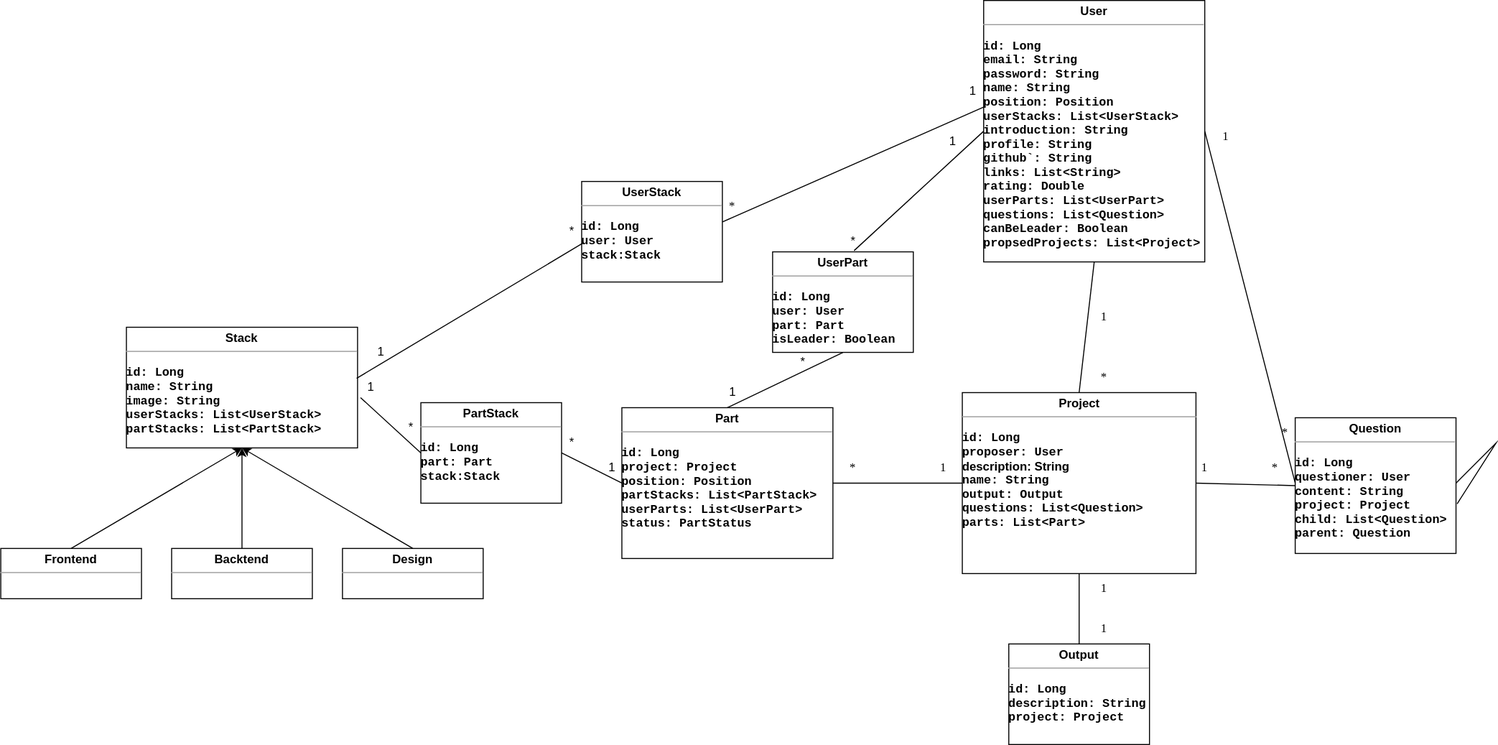
The draw.io diagram entity_diagram.drawio.svg in zelo0/cruit, before a commit. Source tidied: cells renumbered, new cells last; positions are measured from the earlier drawing's top-left corner, leaving out a move shared by most shapes.
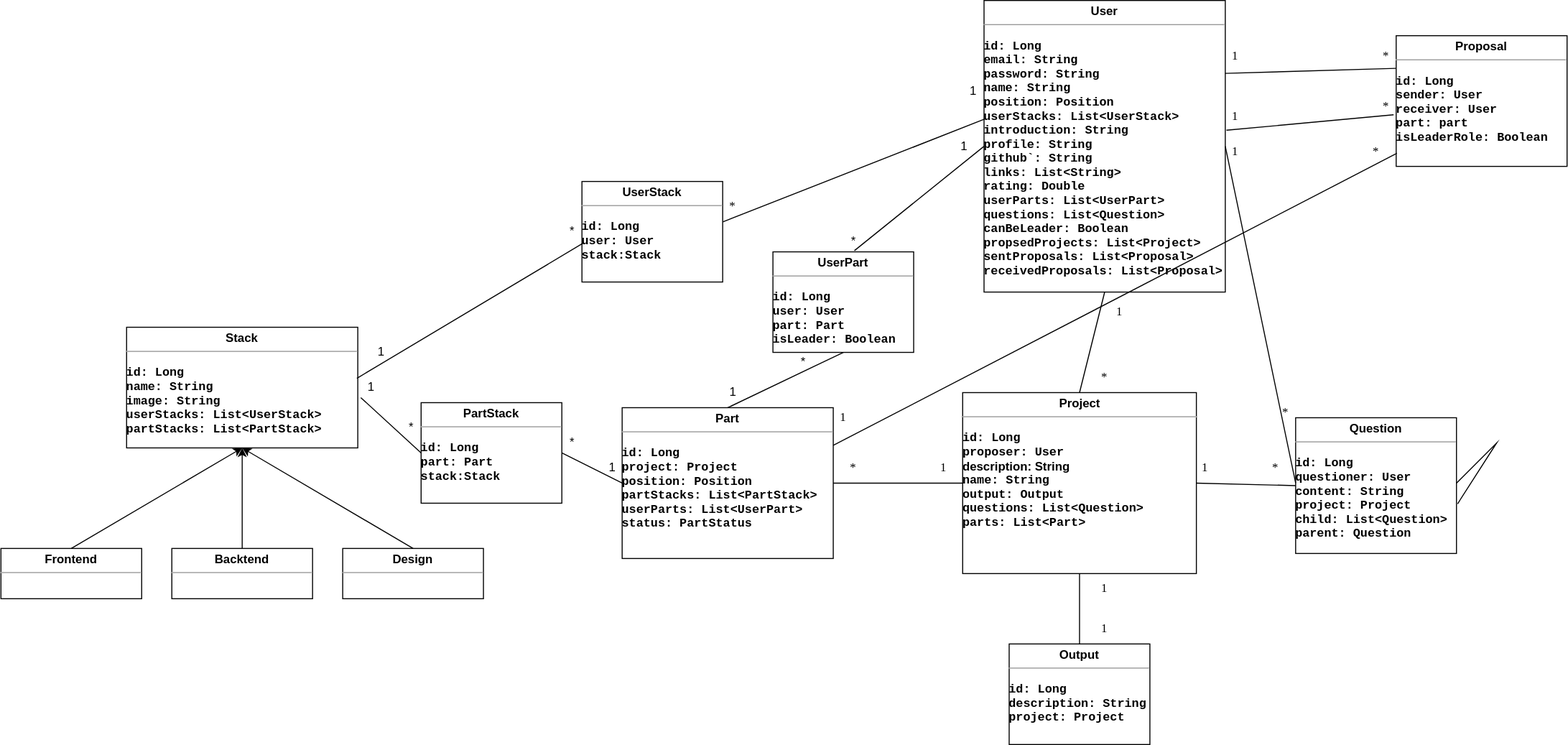
The same file after the commit.

Commit message:
Proposal 도메인 추가

The edit, as a diff of the source:
```diff
@@ -2,8 +2,8 @@
   <root>
     <mxCell id="0" />
     <mxCell id="1" parent="0" />
-    <mxCell id="2" value="&lt;p style=&quot;margin: 0px ; margin-top: 4px ; text-align: center&quot;&gt;&lt;span&gt;User&lt;/span&gt;&lt;/p&gt;&lt;hr size=&quot;1&quot;&gt;&lt;p&gt;&lt;/p&gt;&lt;pre style=&quot;height: 2px ; line-height: 1.5&quot;&gt;&lt;span&gt;id: Long&lt;/span&gt;&lt;/pre&gt;&lt;pre style=&quot;height: 2px ; line-height: 1.5&quot;&gt;&lt;span&gt;email: String&lt;/span&gt;&lt;/pre&gt;&lt;pre style=&quot;height: 2px ; line-height: 1.5&quot;&gt;&lt;span&gt;password: String&lt;/span&gt;&lt;/pre&gt;&lt;pre style=&quot;height: 2px ; line-height: 1.5&quot;&gt;&lt;span&gt;name: String&lt;/span&gt;&lt;/pre&gt;&lt;pre style=&quot;height: 2px ; line-height: 1.5&quot;&gt;&lt;span&gt;position: Position&lt;/span&gt;&lt;/pre&gt;&lt;pre style=&quot;height: 2px ; line-height: 1.5&quot;&gt;&lt;span&gt;userStacks: List&amp;lt;UserStack&amp;gt;&lt;/span&gt;&lt;/pre&gt;&lt;pre style=&quot;height: 2px ; line-height: 1.5&quot;&gt;&lt;span&gt;introduction: String&lt;/span&gt;&lt;/pre&gt;&lt;pre style=&quot;height: 2px ; line-height: 1.5&quot;&gt;&lt;span&gt;profile: String&lt;/span&gt;&lt;/pre&gt;&lt;pre style=&quot;height: 2px ; line-height: 1.5&quot;&gt;&lt;span&gt;github`: String&lt;/span&gt;&lt;/pre&gt;&lt;pre style=&quot;height: 2px ; line-height: 1.5&quot;&gt;&lt;span&gt;links: List&amp;lt;String&amp;gt;&lt;/span&gt;&lt;/pre&gt;&lt;pre style=&quot;height: 2px ; line-height: 1.5&quot;&gt;&lt;span&gt;rating: Double&lt;/span&gt;&lt;/pre&gt;&lt;pre style=&quot;height: 2px ; line-height: 1.5&quot;&gt;&lt;span&gt;userParts: List&amp;lt;UserPart&amp;gt;&lt;/span&gt;&lt;/pre&gt;&lt;pre style=&quot;height: 2px ; line-height: 1.5&quot;&gt;&lt;span&gt;questions: List&amp;lt;Question&amp;gt;&lt;/span&gt;&lt;/pre&gt;&lt;pre style=&quot;height: 2px ; line-height: 1.5&quot;&gt;&lt;span&gt;canBeLeader: Boolean&lt;/span&gt;&lt;/pre&gt;&lt;pre style=&quot;height: 2px ; line-height: 1.5&quot;&gt;propsedProjects: List&amp;lt;Project&amp;gt;&lt;/pre&gt;&lt;pre style=&quot;height: 2px ; line-height: 1.5&quot;&gt;&lt;span&gt;&lt;br&gt;&lt;/span&gt;&lt;/pre&gt;&lt;p&gt;&lt;/p&gt;" style="verticalAlign=top;align=left;overflow=fill;fontSize=12;fontFamily=Helvetica;html=1;horizontal=1;rounded=0;sketch=0;spacingLeft=0;labelBackgroundColor=none;labelBorderColor=none;fontStyle=1;spacingBottom=0;spacingRight=0;spacing=2;" parent="1" vertex="1">
-      <mxGeometry x="978" width="220" height="260" as="geometry" />
+    <mxCell id="2" value="&lt;p style=&quot;margin: 0px ; margin-top: 4px ; text-align: center&quot;&gt;&lt;span&gt;User&lt;/span&gt;&lt;/p&gt;&lt;hr size=&quot;1&quot;&gt;&lt;p&gt;&lt;/p&gt;&lt;pre style=&quot;height: 2px ; line-height: 1.5&quot;&gt;&lt;span&gt;id: Long&lt;/span&gt;&lt;/pre&gt;&lt;pre style=&quot;height: 2px ; line-height: 1.5&quot;&gt;&lt;span&gt;email: String&lt;/span&gt;&lt;/pre&gt;&lt;pre style=&quot;height: 2px ; line-height: 1.5&quot;&gt;&lt;span&gt;password: String&lt;/span&gt;&lt;/pre&gt;&lt;pre style=&quot;height: 2px ; line-height: 1.5&quot;&gt;&lt;span&gt;name: String&lt;/span&gt;&lt;/pre&gt;&lt;pre style=&quot;height: 2px ; line-height: 1.5&quot;&gt;&lt;span&gt;position: Position&lt;/span&gt;&lt;/pre&gt;&lt;pre style=&quot;height: 2px ; line-height: 1.5&quot;&gt;&lt;span&gt;userStacks: List&amp;lt;UserStack&amp;gt;&lt;/span&gt;&lt;/pre&gt;&lt;pre style=&quot;height: 2px ; line-height: 1.5&quot;&gt;&lt;span&gt;introduction: String&lt;/span&gt;&lt;/pre&gt;&lt;pre style=&quot;height: 2px ; line-height: 1.5&quot;&gt;&lt;span&gt;profile: String&lt;/span&gt;&lt;/pre&gt;&lt;pre style=&quot;height: 2px ; line-height: 1.5&quot;&gt;&lt;span&gt;github`: String&lt;/span&gt;&lt;/pre&gt;&lt;pre style=&quot;height: 2px ; line-height: 1.5&quot;&gt;&lt;span&gt;links: List&amp;lt;String&amp;gt;&lt;/span&gt;&lt;/pre&gt;&lt;pre style=&quot;height: 2px ; line-height: 1.5&quot;&gt;&lt;span&gt;rating: Double&lt;/span&gt;&lt;/pre&gt;&lt;pre style=&quot;height: 2px ; line-height: 1.5&quot;&gt;&lt;span&gt;userParts: List&amp;lt;UserPart&amp;gt;&lt;/span&gt;&lt;/pre&gt;&lt;pre style=&quot;height: 2px ; line-height: 1.5&quot;&gt;&lt;span&gt;questions: List&amp;lt;Question&amp;gt;&lt;/span&gt;&lt;/pre&gt;&lt;pre style=&quot;height: 2px ; line-height: 1.5&quot;&gt;&lt;span&gt;canBeLeader: Boolean&lt;/span&gt;&lt;/pre&gt;&lt;pre style=&quot;height: 2px ; line-height: 1.5&quot;&gt;propsedProjects: List&amp;lt;Project&amp;gt;&lt;/pre&gt;&lt;pre style=&quot;height: 2px ; line-height: 1.5&quot;&gt;&lt;span&gt;sentProposals: List&amp;lt;Proposal&amp;gt;&lt;/span&gt;&lt;/pre&gt;&lt;pre style=&quot;height: 2px ; line-height: 1.5&quot;&gt;&lt;span&gt;receivedProposals: List&amp;lt;Proposal&amp;gt;&lt;/span&gt;&lt;/pre&gt;&lt;p&gt;&lt;/p&gt;" style="verticalAlign=top;align=left;overflow=fill;fontSize=12;fontFamily=Helvetica;html=1;horizontal=1;rounded=0;sketch=0;spacingLeft=0;labelBackgroundColor=none;labelBorderColor=none;fontStyle=1;spacingBottom=0;spacingRight=0;spacing=2;" parent="1" vertex="1">
+      <mxGeometry x="978" width="240" height="290" as="geometry" />
     </mxCell>
     <mxCell id="3" value="&lt;p style=&quot;margin: 0px ; margin-top: 4px ; text-align: center&quot;&gt;&lt;b&gt;Project&lt;/b&gt;&lt;/p&gt;&lt;hr size=&quot;1&quot;&gt;&lt;p&gt;&lt;/p&gt;&lt;pre style=&quot;height: 2px ; line-height: 1.5&quot;&gt;&lt;b&gt;id: Long&lt;/b&gt;&lt;/pre&gt;&lt;pre style=&quot;height: 2px ; line-height: 1.5&quot;&gt;&lt;b&gt;proposer: User&lt;/b&gt;&lt;/pre&gt;&lt;pre style=&quot;height: 2px ; line-height: 1.5&quot;&gt;&lt;b style=&quot;font-family: &amp;#34;helvetica&amp;#34; ; white-space: nowrap&quot;&gt;description: String&lt;/b&gt;&lt;br&gt;&lt;/pre&gt;&lt;pre style=&quot;height: 2px ; line-height: 1.5&quot;&gt;&lt;b&gt;name: String&lt;/b&gt;&lt;/pre&gt;&lt;pre style=&quot;height: 2px ; line-height: 1.5&quot;&gt;&lt;b&gt;output: Output&lt;/b&gt;&lt;/pre&gt;&lt;pre style=&quot;height: 2px ; line-height: 1.5&quot;&gt;&lt;b&gt;questions: List&amp;lt;Question&amp;gt;&lt;/b&gt;&lt;/pre&gt;&lt;pre style=&quot;height: 2px ; line-height: 1.5&quot;&gt;&lt;b&gt;parts: List&amp;lt;Part&amp;gt;&lt;/b&gt;&lt;/pre&gt;&lt;p&gt;&lt;/p&gt;" style="verticalAlign=top;align=left;overflow=fill;fontSize=12;fontFamily=Helvetica;html=1;" parent="1" vertex="1">
       <mxGeometry x="956.8" y="390" width="232.5" height="180" as="geometry" />
@@ -12,7 +12,7 @@
       <mxGeometry relative="1" as="geometry" />
     </mxCell>
     <mxCell id="5" value="1" style="text;html=1;strokeColor=none;fillColor=none;align=center;verticalAlign=middle;whiteSpace=wrap;rounded=0;labelBackgroundColor=none;labelBorderColor=none;sketch=0;fontFamily=Verdana;fontSize=12;" parent="1" vertex="1">
-      <mxGeometry x="1068" y="300" width="60" height="30" as="geometry" />
+      <mxGeometry x="1083" y="295" width="60" height="30" as="geometry" />
     </mxCell>
     <mxCell id="6" value="*" style="text;html=1;strokeColor=none;fillColor=none;align=center;verticalAlign=middle;whiteSpace=wrap;rounded=0;labelBackgroundColor=none;labelBorderColor=none;sketch=0;fontFamily=Verdana;fontSize=12;" parent="1" vertex="1">
       <mxGeometry x="1068" y="360" width="60" height="30" as="geometry" />
@@ -29,10 +29,10 @@
       </mxGeometry>
     </mxCell>
     <mxCell id="10" value="1" style="text;html=1;strokeColor=none;fillColor=none;align=center;verticalAlign=middle;whiteSpace=wrap;rounded=0;labelBackgroundColor=none;labelBorderColor=none;sketch=0;fontFamily=Verdana;fontSize=12;" parent="1" vertex="1">
-      <mxGeometry x="1189.2" y="120" width="60" height="30" as="geometry" />
+      <mxGeometry x="1198" y="135" width="60" height="30" as="geometry" />
     </mxCell>
     <mxCell id="11" value="*" style="text;html=1;strokeColor=none;fillColor=none;align=center;verticalAlign=middle;whiteSpace=wrap;rounded=0;labelBackgroundColor=none;labelBorderColor=none;sketch=0;fontFamily=Verdana;fontSize=12;" parent="1" vertex="1">
-      <mxGeometry x="1248" y="415" width="60" height="30" as="geometry" />
+      <mxGeometry x="1248" y="395" width="60" height="30" as="geometry" />
     </mxCell>
     <mxCell id="12" value="*" style="text;html=1;strokeColor=none;fillColor=none;align=center;verticalAlign=middle;whiteSpace=wrap;rounded=0;labelBackgroundColor=none;labelBorderColor=none;sketch=0;fontFamily=Verdana;fontSize=12;" parent="1" vertex="1">
       <mxGeometry x="1238" y="450" width="60" height="30" as="geometry" />
@@ -115,7 +115,7 @@
       <mxGeometry x="838" y="230" width="20" height="20" as="geometry" />
     </mxCell>
     <mxCell id="37" value="1" style="text;html=1;align=center;verticalAlign=middle;strokeColor=none;fillColor=none;" parent="1" vertex="1">
-      <mxGeometry x="936.8" y="130" width="20" height="20" as="geometry" />
+      <mxGeometry x="948" y="135" width="20" height="20" as="geometry" />
     </mxCell>
     <mxCell id="38" value="&lt;p style=&quot;margin: 0px ; margin-top: 4px ; text-align: center&quot;&gt;&lt;b&gt;UserStack&lt;/b&gt;&lt;/p&gt;&lt;hr size=&quot;1&quot;&gt;&lt;p&gt;&lt;/p&gt;&lt;pre style=&quot;height: 2px ; line-height: 1.5&quot;&gt;&lt;b&gt;id: Long&lt;/b&gt;&lt;/pre&gt;&lt;pre style=&quot;height: 2px ; line-height: 1.5&quot;&gt;&lt;b&gt;user: User&lt;/b&gt;&lt;/pre&gt;&lt;pre style=&quot;height: 2px ; line-height: 1.5&quot;&gt;&lt;b&gt;stack:Stack&lt;/b&gt;&lt;/pre&gt;&lt;pre style=&quot;height: 2px ; line-height: 1.5&quot;&gt;&lt;b&gt;&lt;br&gt;&lt;/b&gt;&lt;/pre&gt;&lt;p&gt;&lt;/p&gt;" style="verticalAlign=top;align=left;overflow=fill;fontSize=12;fontFamily=Helvetica;html=1;" parent="1" vertex="1">
       <mxGeometry x="578" y="180" width="140" height="100" as="geometry" />
@@ -159,5 +159,35 @@
     <mxCell id="51" value="&lt;pre style=&quot;background-color: #2b2b2b ; color: #a9b7c6 ; font-size: 9.8pt&quot;&gt;&lt;br&gt;&lt;/pre&gt;" style="text;whiteSpace=wrap;html=1;" parent="1" vertex="1">
       <mxGeometry x="958" y="300" width="30" height="60" as="geometry" />
     </mxCell>
+    <mxCell id="52" value="&lt;p style=&quot;margin: 0px ; margin-top: 4px ; text-align: center&quot;&gt;&lt;b&gt;Proposal&lt;/b&gt;&lt;/p&gt;&lt;hr size=&quot;1&quot;&gt;&lt;p&gt;&lt;/p&gt;&lt;pre style=&quot;height: 2px ; line-height: 1.5&quot;&gt;&lt;b&gt;id: Long&lt;/b&gt;&lt;/pre&gt;&lt;pre style=&quot;height: 2px ; line-height: 1.5&quot;&gt;&lt;b&gt;sender: User&lt;/b&gt;&lt;/pre&gt;&lt;pre style=&quot;height: 2px ; line-height: 1.5&quot;&gt;&lt;b&gt;receiver: User&lt;/b&gt;&lt;/pre&gt;&lt;pre style=&quot;height: 2px ; line-height: 1.5&quot;&gt;&lt;b&gt;part: part&lt;/b&gt;&lt;/pre&gt;&lt;pre style=&quot;height: 2px ; line-height: 1.5&quot;&gt;&lt;b&gt;isLeaderRole: Boolean &lt;/b&gt;&lt;/pre&gt;&lt;p&gt;&lt;/p&gt;" style="verticalAlign=top;align=left;overflow=fill;fontSize=12;fontFamily=Helvetica;html=1;" parent="1" vertex="1">
+      <mxGeometry x="1388" y="35" width="170" height="130" as="geometry" />
+    </mxCell>
+    <mxCell id="53" style="endArrow=none;html=1;rounded=0;entryX=-0.015;entryY=0.605;entryDx=0;entryDy=0;entryPerimeter=0;exitX=1.005;exitY=0.445;exitDx=0;exitDy=0;exitPerimeter=0;" parent="1" edge="1" source="2" target="52">
+      <mxGeometry relative="1" as="geometry" />
+    </mxCell>
+    <mxCell id="54" value="1" style="text;html=1;strokeColor=none;fillColor=none;align=center;verticalAlign=middle;whiteSpace=wrap;rounded=0;labelBackgroundColor=none;labelBorderColor=none;sketch=0;fontFamily=Verdana;fontSize=12;" parent="1" vertex="1">
+      <mxGeometry x="1198" y="100" width="60" height="30" as="geometry" />
+    </mxCell>
+    <mxCell id="55" value="*" style="text;html=1;strokeColor=none;fillColor=none;align=center;verticalAlign=middle;whiteSpace=wrap;rounded=0;labelBackgroundColor=none;labelBorderColor=none;sketch=0;fontFamily=Verdana;fontSize=12;" parent="1" vertex="1">
+      <mxGeometry x="1348" y="90" width="60" height="30" as="geometry" />
+    </mxCell>
+    <mxCell id="56" style="endArrow=none;html=1;rounded=0;entryX=0;entryY=0.25;entryDx=0;entryDy=0;exitX=1;exitY=0.25;exitDx=0;exitDy=0;" parent="1" edge="1" source="2" target="52">
+      <mxGeometry relative="1" as="geometry" />
+    </mxCell>
+    <mxCell id="57" value="1" style="text;html=1;strokeColor=none;fillColor=none;align=center;verticalAlign=middle;whiteSpace=wrap;rounded=0;labelBackgroundColor=none;labelBorderColor=none;sketch=0;fontFamily=Verdana;fontSize=12;" parent="1" vertex="1">
+      <mxGeometry x="1198" y="40" width="60" height="30" as="geometry" />
+    </mxCell>
+    <mxCell id="58" value="*" style="text;html=1;strokeColor=none;fillColor=none;align=center;verticalAlign=middle;whiteSpace=wrap;rounded=0;labelBackgroundColor=none;labelBorderColor=none;sketch=0;fontFamily=Verdana;fontSize=12;" parent="1" vertex="1">
+      <mxGeometry x="1348" y="40" width="60" height="30" as="geometry" />
+    </mxCell>
+    <mxCell id="59" style="endArrow=none;html=1;rounded=0;exitX=1;exitY=0.25;exitDx=0;exitDy=0;entryX=0.004;entryY=0.9;entryDx=0;entryDy=0;entryPerimeter=0;" parent="1" edge="1" source="19" target="52">
+      <mxGeometry relative="1" as="geometry" />
+    </mxCell>
+    <mxCell id="60" value="1" style="text;html=1;strokeColor=none;fillColor=none;align=center;verticalAlign=middle;whiteSpace=wrap;rounded=0;labelBackgroundColor=none;labelBorderColor=none;sketch=0;fontFamily=Verdana;fontSize=12;" parent="1" vertex="1">
+      <mxGeometry x="808" y="400" width="60" height="30" as="geometry" />
+    </mxCell>
+    <mxCell id="61" value="*" style="text;html=1;strokeColor=none;fillColor=none;align=center;verticalAlign=middle;whiteSpace=wrap;rounded=0;labelBackgroundColor=none;labelBorderColor=none;sketch=0;fontFamily=Verdana;fontSize=12;" parent="1" vertex="1">
+      <mxGeometry x="1338" y="135" width="60" height="30" as="geometry" />
+    </mxCell>
   </root>
 </mxGraphModel>
```
